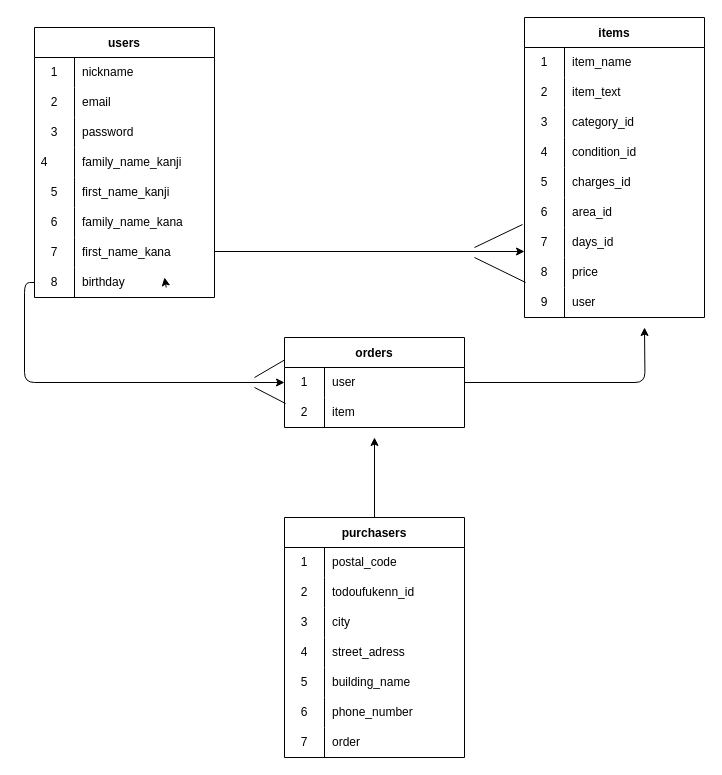
fugyomaru/furima-40732 keeps this draw.io diagram as furima.dio. Above is the earlier version. Source tidied: cells renumbered, new cells numbered last; positions are measured from the earlier drawing's top-left corner, leaving out a move shared by most shapes. Both pictures are drawn from the tidied source at 100%, with x=0, y=0 at pixel (34, 17).
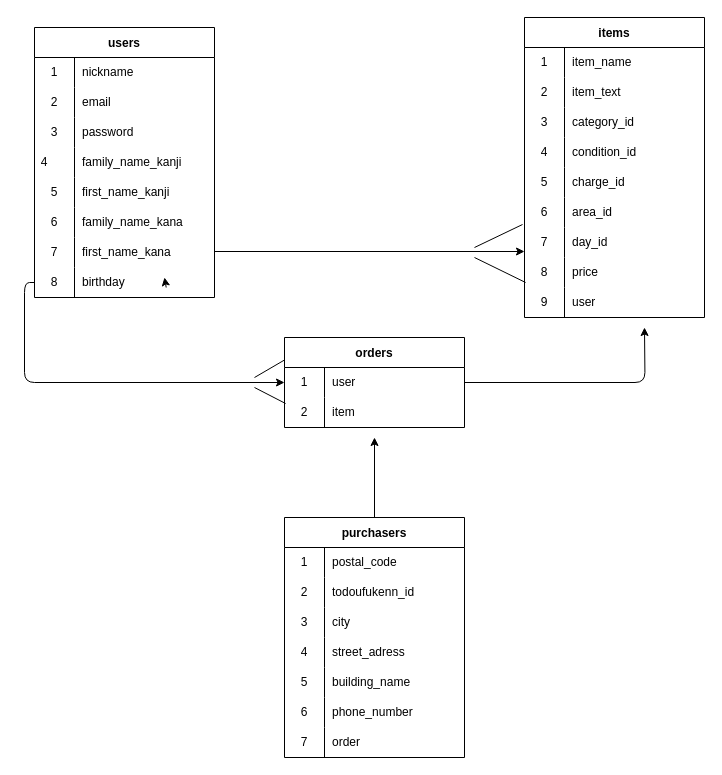
The same page after the edit.

Commit message (it also covers changes not shown here):
データベース設計 3

The change refers to these unchanged cells:
```xml
<mxCell id="41" style="shape=tableRow;horizontal=0;startSize=0;swimlaneHead=0;swimlaneBody=0;top=0;left=0;bottom=0;right=0;fillColor=none;" parent="28" vertex="1">
  <mxGeometry y="150" width="180" height="30" as="geometry" />
</mxCell>
<mxCell id="47" style="shape=tableRow;horizontal=0;startSize=0;swimlaneHead=0;swimlaneBody=0;top=0;left=0;bottom=0;right=0;fillColor=none;points=[[0,0.5],[1,0.5]];portConstraint=eastwest;" parent="28" vertex="1">
  <mxGeometry y="210" width="180" height="30" as="geometry" />
</mxCell>
```

What changed in the source:
```diff
@@
-    <mxCell id="43" value="charges_id" style="shape=partialRectangle;html=1;whiteSpace=wrap;fillColor=none;top=0;left=0;bottom=0;right=0;align=left;spacingLeft=6;overflow=hidden;" parent="41" vertex="1">
+    <mxCell id="43" value="charge_id" style="shape=partialRectangle;html=1;whiteSpace=wrap;fillColor=none;top=0;left=0;bottom=0;right=0;align=left;spacingLeft=6;overflow=hidden;" parent="41" vertex="1">
       <mxGeometry x="40" width="140" height="30" as="geometry" />
     </mxCell>
@@
-    <mxCell id="49" value="days_id" style="shape=partialRectangle;html=1;whiteSpace=wrap;fillColor=none;top=0;left=0;bottom=0;right=0;align=left;spacingLeft=6;overflow=hidden;" parent="47" vertex="1">
+    <mxCell id="49" value="day_id" style="shape=partialRectangle;html=1;whiteSpace=wrap;fillColor=none;top=0;left=0;bottom=0;right=0;align=left;spacingLeft=6;overflow=hidden;" parent="47" vertex="1">
       <mxGeometry x="40" width="140" height="30" as="geometry" />
     </mxCell>
```
